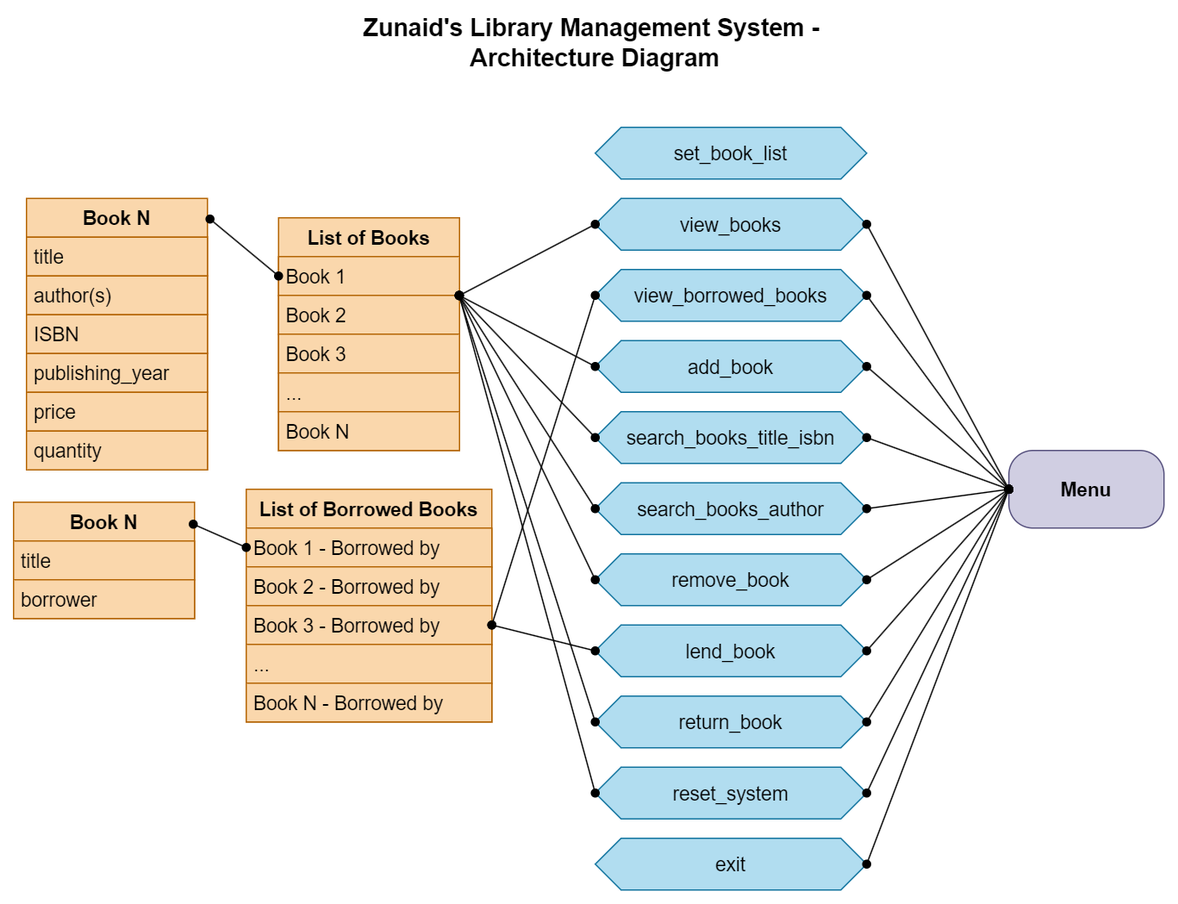
Earlier version of the draw.io export Architecture.png (zunaid-hassan/library-management-by-md-zunaid-hassan). Source tidied: cells renumbered, new cells last; positions are measured from the earlier drawing's top-left corner, leaving out a move shared by most shapes.
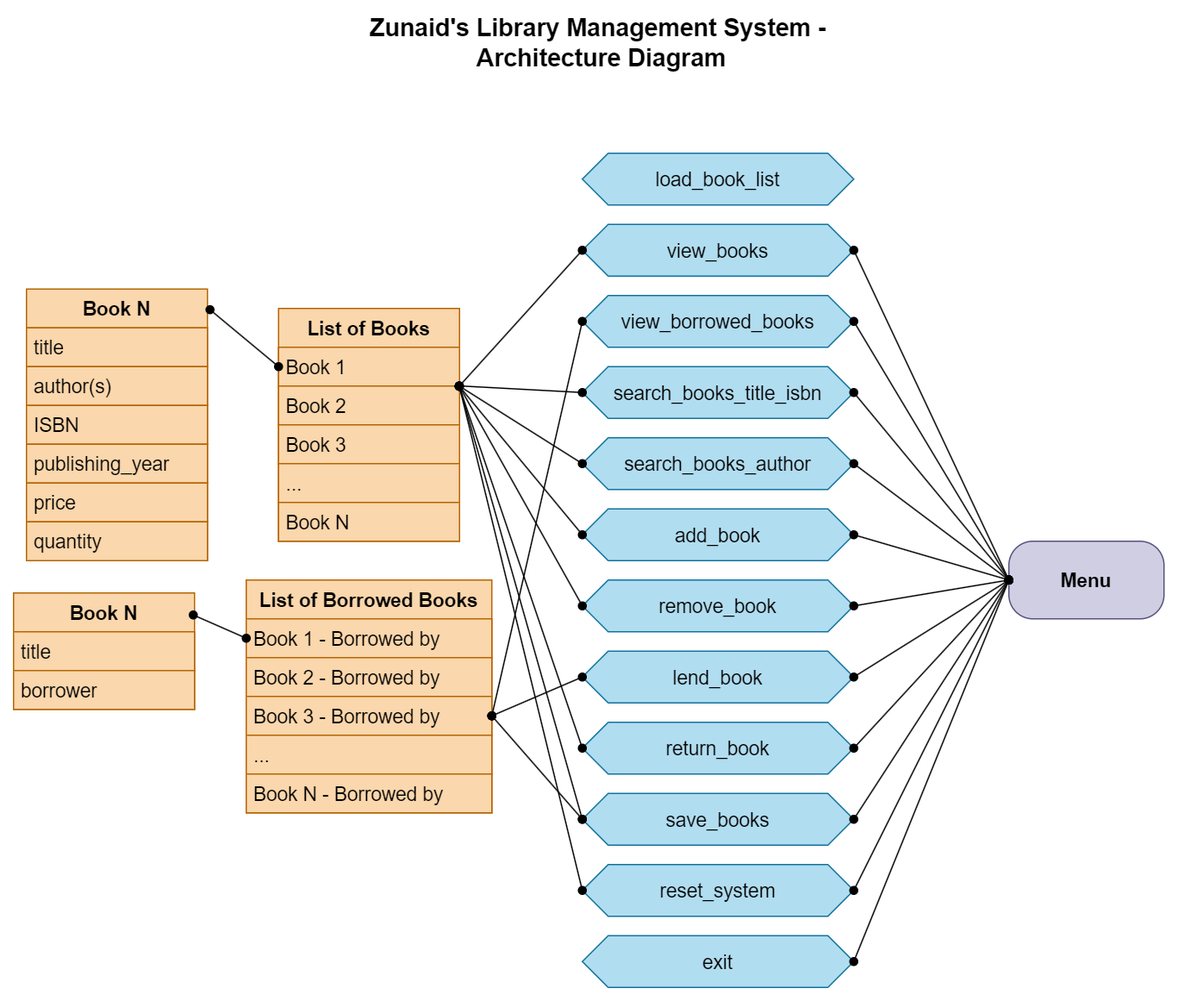
Later version of the same file.

The edit, as a diff of the source:
```diff
@@ -3,7 +3,7 @@
     <mxCell id="0" />
     <mxCell id="1" parent="0" />
     <mxCell id="2" value="List of Books" style="swimlane;fontStyle=1;horizontal=1;startSize=30;whiteSpace=wrap;html=1;fontSize=15;fillColor=#fad7ac;strokeColor=#b46504;rounded=0;" parent="1" vertex="1">
-      <mxGeometry x="205" y="150" width="140" height="180" as="geometry" />
+      <mxGeometry x="210" y="230" width="140" height="180" as="geometry" />
     </mxCell>
     <mxCell id="3" value="Book 1" style="text;strokeColor=#b46504;fillColor=#fad7ac;align=left;verticalAlign=middle;spacingLeft=4;spacingRight=4;overflow=hidden;points=[[0,0.5],[1,0.5]];portConstraint=eastwest;whiteSpace=wrap;html=1;fontSize=15;rounded=0;" parent="2" vertex="1">
       <mxGeometry y="30" width="140" height="30" as="geometry" />
@@ -21,28 +21,28 @@
       <mxGeometry y="150" width="140" height="30" as="geometry" />
     </mxCell>
     <mxCell id="8" value="Zunaid's Library Management System -&amp;nbsp;&lt;div&gt;Architecture Diagram&lt;/div&gt;" style="text;html=1;align=center;verticalAlign=middle;whiteSpace=wrap;rounded=0;fontStyle=1;fontSize=19;" parent="1" vertex="1">
-      <mxGeometry x="230" width="440" height="30" as="geometry" />
+      <mxGeometry x="240" y="10" width="440" height="30" as="geometry" />
     </mxCell>
     <mxCell id="9" value="view_books" style="shape=hexagon;perimeter=hexagonPerimeter2;whiteSpace=wrap;html=1;fixedSize=1;fillColor=#b1ddf0;strokeColor=#10739e;rounded=0;shadow=0;fontSize=15;verticalAlign=middle;" parent="1" vertex="1">
-      <mxGeometry x="450" y="135" width="210" height="40" as="geometry" />
+      <mxGeometry x="445" y="165" width="210" height="40" as="geometry" />
     </mxCell>
     <mxCell id="10" value="add_book" style="shape=hexagon;perimeter=hexagonPerimeter2;whiteSpace=wrap;html=1;fixedSize=1;fillColor=#b1ddf0;strokeColor=#10739e;rounded=0;shadow=0;fontSize=15;verticalAlign=middle;" parent="1" vertex="1">
-      <mxGeometry x="450" y="245" width="210" height="40" as="geometry" />
+      <mxGeometry x="445" y="385" width="210" height="40" as="geometry" />
     </mxCell>
     <mxCell id="11" value="search_books_title_isbn" style="shape=hexagon;perimeter=hexagonPerimeter2;whiteSpace=wrap;html=1;fixedSize=1;fillColor=#b1ddf0;strokeColor=#10739e;rounded=0;shadow=0;fontSize=15;verticalAlign=middle;" parent="1" vertex="1">
-      <mxGeometry x="450" y="300" width="210" height="40" as="geometry" />
+      <mxGeometry x="445" y="275" width="210" height="40" as="geometry" />
     </mxCell>
     <mxCell id="12" value="search_books_author" style="shape=hexagon;perimeter=hexagonPerimeter2;whiteSpace=wrap;html=1;fixedSize=1;fillColor=#b1ddf0;strokeColor=#10739e;rounded=0;shadow=0;fontSize=15;verticalAlign=middle;" parent="1" vertex="1">
-      <mxGeometry x="450" y="355" width="210" height="40" as="geometry" />
+      <mxGeometry x="445" y="330" width="210" height="40" as="geometry" />
     </mxCell>
     <mxCell id="13" value="remove_book" style="shape=hexagon;perimeter=hexagonPerimeter2;whiteSpace=wrap;html=1;fixedSize=1;fillColor=#b1ddf0;strokeColor=#10739e;rounded=0;shadow=0;fontSize=15;verticalAlign=middle;" parent="1" vertex="1">
-      <mxGeometry x="450" y="410" width="210" height="40" as="geometry" />
+      <mxGeometry x="445" y="440" width="210" height="40" as="geometry" />
     </mxCell>
     <mxCell id="14" value="lend_book" style="shape=hexagon;perimeter=hexagonPerimeter2;whiteSpace=wrap;html=1;fixedSize=1;fillColor=#b1ddf0;strokeColor=#10739e;rounded=0;shadow=0;fontSize=15;verticalAlign=middle;" parent="1" vertex="1">
-      <mxGeometry x="450" y="465" width="210" height="40" as="geometry" />
+      <mxGeometry x="445" y="495" width="210" height="40" as="geometry" />
     </mxCell>
     <mxCell id="15" value="List of Borrowed Books" style="swimlane;fontStyle=1;horizontal=1;startSize=30;whiteSpace=wrap;html=1;fontSize=15;fillColor=#fad7ac;strokeColor=#b46504;rounded=0;" parent="1" vertex="1">
-      <mxGeometry x="180" y="360" width="190" height="180" as="geometry" />
+      <mxGeometry x="185" y="440" width="190" height="180" as="geometry" />
     </mxCell>
     <mxCell id="16" value="Book 1 - Borrowed by&amp;nbsp;" style="text;strokeColor=#b46504;fillColor=#fad7ac;align=left;verticalAlign=middle;spacingLeft=4;spacingRight=4;overflow=hidden;points=[[0,0.5],[1,0.5]];portConstraint=eastwest;whiteSpace=wrap;html=1;fontSize=15;rounded=0;" parent="15" vertex="1">
       <mxGeometry y="30" width="190" height="30" as="geometry" />
@@ -60,22 +60,19 @@
       <mxGeometry y="150" width="190" height="30" as="geometry" />
     </mxCell>
     <mxCell id="21" value="return_book" style="shape=hexagon;perimeter=hexagonPerimeter2;whiteSpace=wrap;html=1;fixedSize=1;fillColor=#b1ddf0;strokeColor=#10739e;rounded=0;shadow=0;fontSize=15;verticalAlign=middle;" parent="1" vertex="1">
-      <mxGeometry x="450" y="520" width="210" height="40" as="geometry" />
+      <mxGeometry x="445" y="550" width="210" height="40" as="geometry" />
     </mxCell>
     <mxCell id="22" value="reset_system" style="shape=hexagon;perimeter=hexagonPerimeter2;whiteSpace=wrap;html=1;fixedSize=1;fillColor=#b1ddf0;strokeColor=#10739e;rounded=0;shadow=0;fontSize=15;verticalAlign=middle;" parent="1" vertex="1">
-      <mxGeometry x="450" y="575" width="210" height="40" as="geometry" />
+      <mxGeometry x="445" y="660" width="210" height="40" as="geometry" />
     </mxCell>
     <mxCell id="23" value="Menu" style="rounded=1;whiteSpace=wrap;html=1;glass=0;fillColor=#d0cee2;strokeColor=#56517e;arcSize=31;fontSize=15;fontStyle=1;" parent="1" vertex="1">
-      <mxGeometry x="770" y="330" width="120" height="60" as="geometry" />
+      <mxGeometry x="775" y="410" width="120" height="60" as="geometry" />
     </mxCell>
-    <mxCell id="24" value="set_book_list" style="shape=hexagon;perimeter=hexagonPerimeter2;whiteSpace=wrap;html=1;fixedSize=1;fillColor=#b1ddf0;strokeColor=#10739e;rounded=0;shadow=0;fontSize=15;verticalAlign=middle;" parent="1" vertex="1">
-      <mxGeometry x="450" y="80" width="210" height="40" as="geometry" />
-    </mxCell>
     <mxCell id="25" value="view_borrowed_books" style="shape=hexagon;perimeter=hexagonPerimeter2;whiteSpace=wrap;html=1;fixedSize=1;fillColor=#b1ddf0;strokeColor=#10739e;rounded=0;shadow=0;fontSize=15;verticalAlign=middle;" parent="1" vertex="1">
-      <mxGeometry x="450" y="190" width="210" height="40" as="geometry" />
+      <mxGeometry x="445" y="220" width="210" height="40" as="geometry" />
     </mxCell>
     <mxCell id="26" value="exit" style="shape=hexagon;perimeter=hexagonPerimeter2;whiteSpace=wrap;html=1;fixedSize=1;fillColor=#b1ddf0;strokeColor=#10739e;rounded=0;shadow=0;fontSize=15;verticalAlign=middle;" parent="1" vertex="1">
-      <mxGeometry x="450" y="630" width="210" height="40" as="geometry" />
+      <mxGeometry x="445" y="715" width="210" height="40" as="geometry" />
     </mxCell>
     <mxCell id="27" style="endArrow=oval;html=1;rounded=0;entryX=0;entryY=0.5;entryDx=0;entryDy=0;exitX=1;exitY=0.5;exitDx=0;exitDy=0;startArrow=oval;startFill=1;endFill=1;fontSize=15;" parent="1" edge="1" source="9" target="23">
       <mxGeometry relative="1" as="geometry" />
@@ -135,7 +132,7 @@
       <mxGeometry relative="1" as="geometry" />
     </mxCell>
     <mxCell id="46" value="Book N" style="swimlane;fontStyle=1;horizontal=1;startSize=30;whiteSpace=wrap;html=1;fontSize=15;fillColor=#fad7ac;strokeColor=#b46504;rounded=0;" parent="1" vertex="1">
-      <mxGeometry x="10" y="135" width="140" height="210" as="geometry" />
+      <mxGeometry x="15" y="215" width="140" height="210" as="geometry" />
     </mxCell>
     <mxCell id="47" value="title" style="text;strokeColor=#b46504;fillColor=#fad7ac;align=left;verticalAlign=middle;spacingLeft=4;spacingRight=4;overflow=hidden;whiteSpace=wrap;html=1;fontSize=15;rounded=0;" parent="46" vertex="1">
       <mxGeometry y="30" width="140" height="30" as="geometry" />
@@ -159,7 +156,7 @@
       <mxGeometry relative="1" as="geometry" />
     </mxCell>
     <mxCell id="54" value="Book N" style="swimlane;fontStyle=1;horizontal=1;startSize=30;whiteSpace=wrap;html=1;fontSize=15;fillColor=#fad7ac;strokeColor=#b46504;rounded=0;" parent="1" vertex="1">
-      <mxGeometry y="370" width="140" height="90" as="geometry" />
+      <mxGeometry x="5" y="450" width="140" height="90" as="geometry" />
     </mxCell>
     <mxCell id="55" value="title" style="text;strokeColor=#b46504;fillColor=#fad7ac;align=left;verticalAlign=middle;spacingLeft=4;spacingRight=4;overflow=hidden;whiteSpace=wrap;html=1;fontSize=15;rounded=0;" parent="54" vertex="1">
       <mxGeometry y="30" width="140" height="30" as="geometry" />
@@ -170,5 +167,20 @@
     <mxCell id="57" style="endArrow=oval;html=1;rounded=0;entryX=0.993;entryY=0.189;entryDx=0;entryDy=0;exitX=0;exitY=0.5;exitDx=0;exitDy=0;startArrow=oval;startFill=1;endFill=1;entryPerimeter=0;" parent="1" edge="1" source="16" target="54">
       <mxGeometry relative="1" as="geometry" />
     </mxCell>
+    <mxCell id="58" value="load_book_list" style="shape=hexagon;perimeter=hexagonPerimeter2;whiteSpace=wrap;html=1;fixedSize=1;fillColor=#b1ddf0;strokeColor=#10739e;rounded=0;shadow=0;fontSize=15;verticalAlign=middle;" parent="1" vertex="1">
+      <mxGeometry x="445" y="110" width="210" height="40" as="geometry" />
+    </mxCell>
+    <mxCell id="59" value="save_books" style="shape=hexagon;perimeter=hexagonPerimeter2;whiteSpace=wrap;html=1;fixedSize=1;fillColor=#b1ddf0;strokeColor=#10739e;rounded=0;shadow=0;fontSize=15;verticalAlign=middle;" parent="1" vertex="1">
+      <mxGeometry x="445" y="605" width="210" height="40" as="geometry" />
+    </mxCell>
+    <mxCell id="60" style="endArrow=oval;html=1;rounded=0;exitX=1;exitY=0.5;exitDx=0;exitDy=0;entryX=0;entryY=0.5;entryDx=0;entryDy=0;startArrow=oval;startFill=1;endFill=1;fontSize=15;" parent="1" edge="1" source="59" target="23">
+      <mxGeometry relative="1" as="geometry" />
+    </mxCell>
+    <mxCell id="61" style="endArrow=oval;html=1;rounded=0;entryX=0.999;entryY=0.006;entryDx=0;entryDy=0;exitX=0;exitY=0.5;exitDx=0;exitDy=0;startArrow=oval;startFill=1;endFill=1;entryPerimeter=0;" parent="1" edge="1" source="59" target="4">
+      <mxGeometry relative="1" as="geometry" />
+    </mxCell>
+    <mxCell id="62" style="endArrow=oval;html=1;rounded=0;exitX=0;exitY=0.5;exitDx=0;exitDy=0;startArrow=oval;startFill=1;endFill=1;entryX=1;entryY=0.5;entryDx=0;entryDy=0;" parent="1" edge="1" source="59" target="18">
+      <mxGeometry relative="1" as="geometry" />
+    </mxCell>
   </root>
 </mxGraphModel>
```
